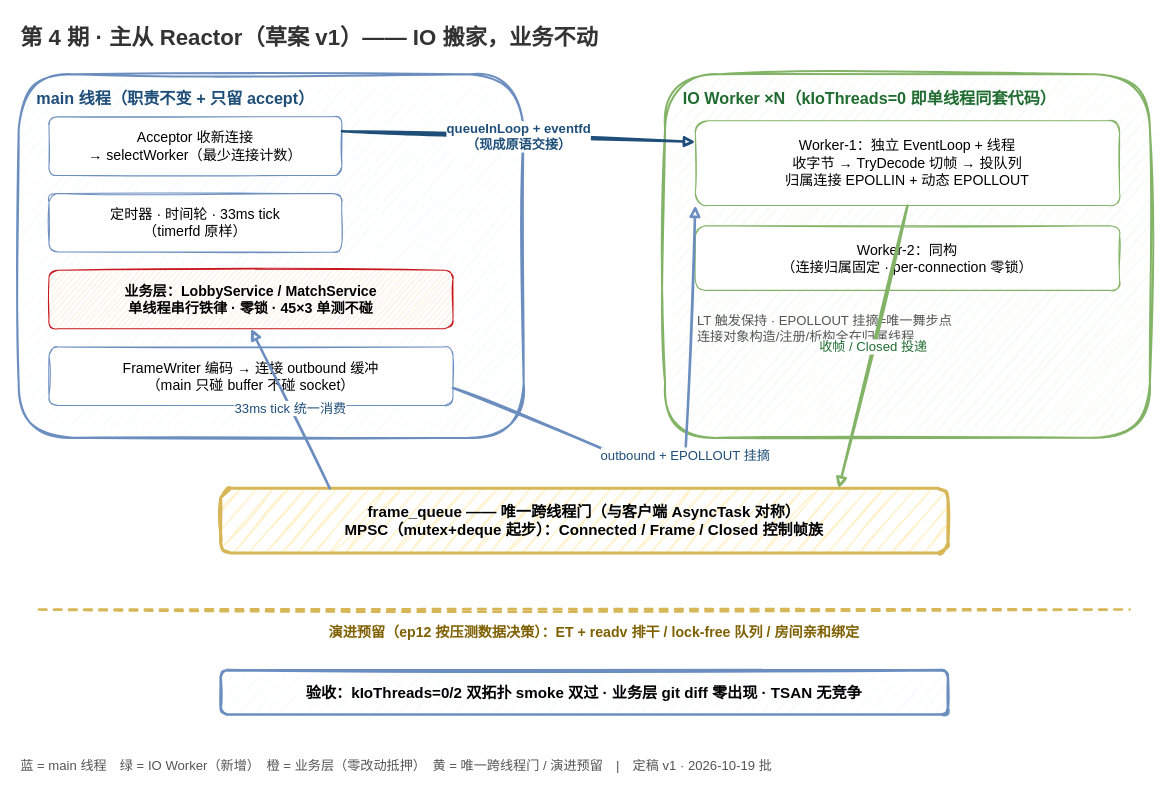
Earlier version of the draw.io diagram docs/episodes/ep04/net_reactor.drawio (x-PiXiu/Sightline). Source tidied: cells renumbered, new cells numbered last; positions are measured from the earlier drawing's top-left corner, leaving out a move shared by most shapes. Both pictures are drawn from the tidied source at 101%, with x=0, y=0 at pixel (18, 17).
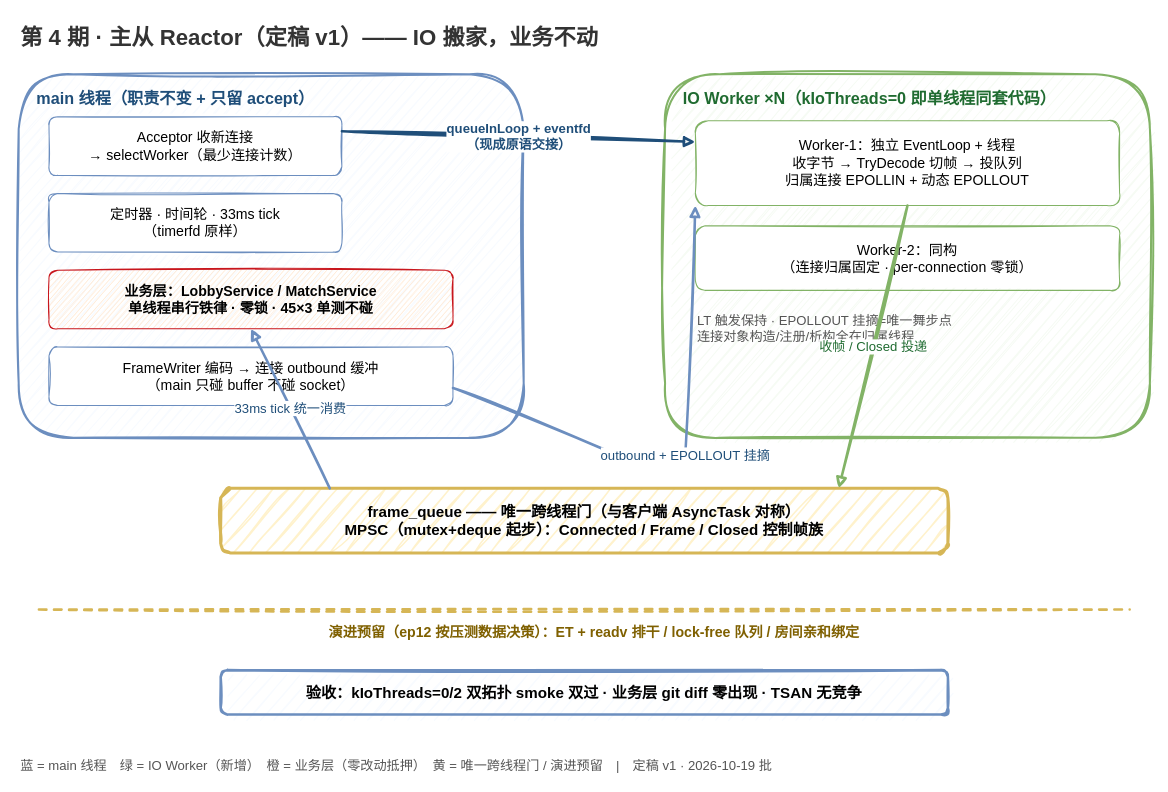
The same diagram, later.

What changed in the source:
```diff
@@
-    <mxCell id="2" value="第 4 期 · 主从 Reactor（草案 v1）—— IO 搬家，业务不动" style="text;fontSize=22;fontStyle=1;fontColor=#333333;align=left;sketch=1;" parent="1" vertex="1">
+    <mxCell id="2" value="第 4 期 · 主从 Reactor（定稿 v1）—— IO 搬家，业务不动" style="text;fontSize=22;fontStyle=1;fontColor=#333333;align=left;sketch=1;" parent="1" vertex="1">
       <mxGeometry width="1000" height="32" as="geometry" />
     </mxCell>
```
